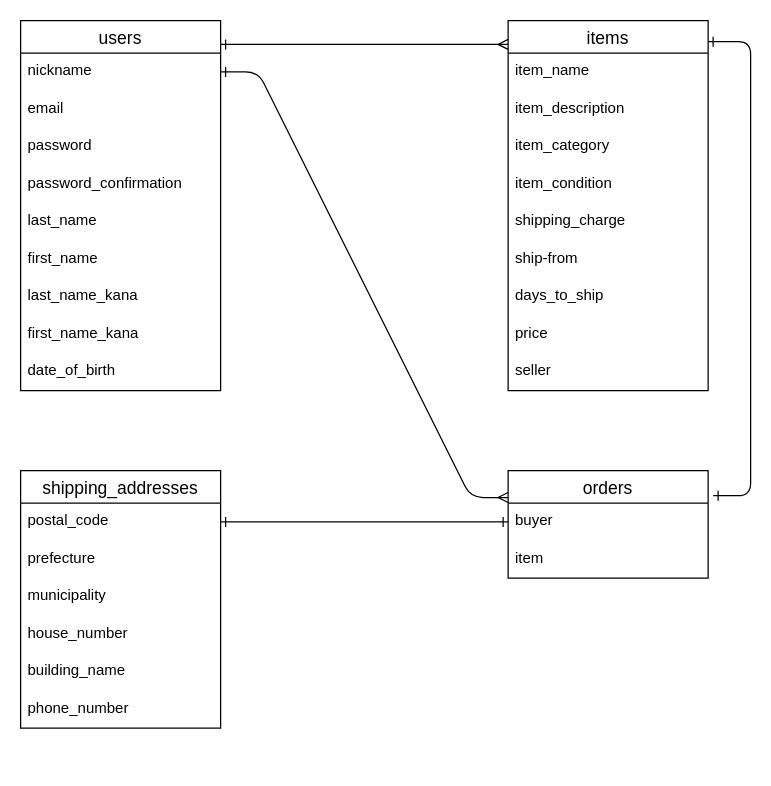
Above: ER .dio in matsukano/furima-37454 (draw.io), before the change. Source tidied: cells renumbered, new cells numbered last; positions are measured from the earlier drawing's top-left corner, leaving out a move shared by most shapes. Both pictures are drawn from the tidied source at 125%, with x=0, y=0 at pixel (20, 20).
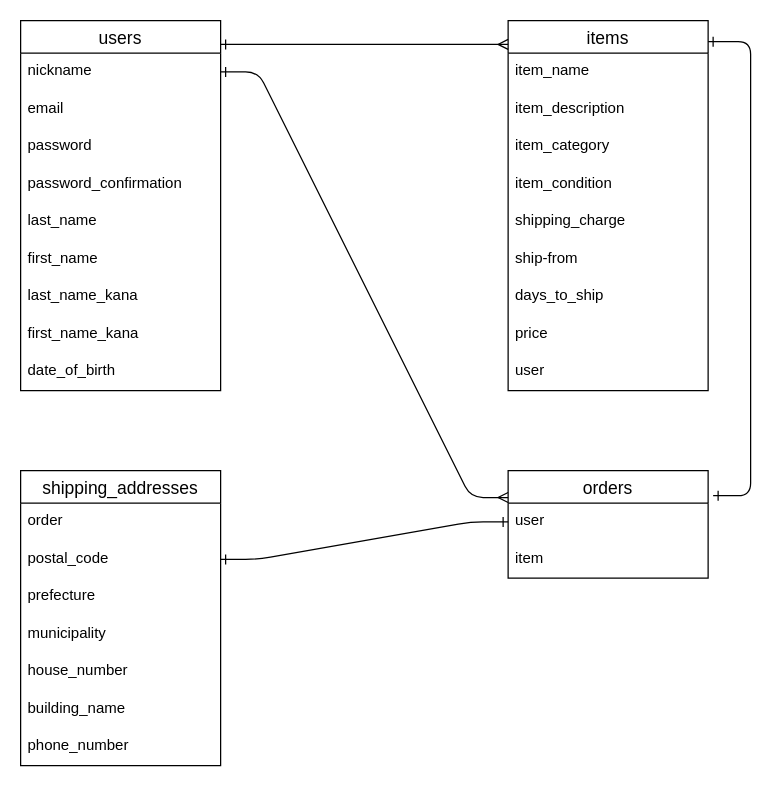
Above is the later version.

Unchanged cells that the change refers to:
```xml
<mxCell id="12" value="items" style="swimlane;fontStyle=0;horizontal=1;startSize=26;align=center;fontSize=14;" parent="1" vertex="1">
  <mxGeometry x="390" width="160" height="296" as="geometry" />
</mxCell>
<mxCell id="29" value="orders" style="swimlane;fontStyle=0;horizontal=1;startSize=26;align=center;fontSize=14;" parent="1" vertex="1">
  <mxGeometry x="390" y="360" width="160" height="86" as="geometry" />
</mxCell>
```

What changed in the source:
```diff
@@
-    <mxCell id="21" value="seller" style="text;strokeColor=none;fillColor=none;spacingLeft=4;spacingRight=4;overflow=hidden;fontSize=12;" parent="12" vertex="1">
+    <mxCell id="21" value="user" style="text;strokeColor=none;fillColor=none;spacingLeft=4;spacingRight=4;overflow=hidden;fontSize=12;" parent="12" vertex="1">
       <mxGeometry y="266" width="160" height="30" as="geometry" />
     </mxCell>
     <mxCell id="22" value="shipping_addresses" style="swimlane;fontStyle=0;horizontal=1;startSize=26;align=center;fontSize=14;" parent="1" vertex="1">
-      <mxGeometry y="360" width="160" height="206" as="geometry" />
+      <mxGeometry y="360" width="160" height="236" as="geometry" />
     </mxCell>
+    <mxCell id="36" value="order" style="text;strokeColor=none;fillColor=none;spacingLeft=4;spacingRight=4;overflow=hidden;fontSize=12;" parent="22" vertex="1">
+      <mxGeometry y="26" width="160" height="30" as="geometry" />
+    </mxCell>
     <mxCell id="23" value="postal_code" style="text;strokeColor=none;fillColor=none;spacingLeft=4;spacingRight=4;overflow=hidden;points=[[0,0.5],[1,0.5]];portConstraint=eastwest;fontSize=12;" parent="22" vertex="1">
-      <mxGeometry y="26" width="160" height="30" as="geometry" />
+      <mxGeometry y="56" width="160" height="30" as="geometry" />
     </mxCell>
     <mxCell id="24" value="prefecture" style="text;strokeColor=none;fillColor=none;spacingLeft=4;spacingRight=4;overflow=hidden;fontSize=12;" parent="22" vertex="1">
-      <mxGeometry y="56" width="160" height="30" as="geometry" />
+      <mxGeometry y="86" width="160" height="30" as="geometry" />
     </mxCell>
     <mxCell id="25" value="municipality" style="text;strokeColor=none;fillColor=none;spacingLeft=4;spacingRight=4;overflow=hidden;fontSize=12;" parent="22" vertex="1">
-      <mxGeometry y="86" width="160" height="30" as="geometry" />
+      <mxGeometry y="116" width="160" height="30" as="geometry" />
     </mxCell>
     <mxCell id="26" value="house_number" style="text;strokeColor=none;fillColor=none;spacingLeft=4;spacingRight=4;overflow=hidden;fontSize=12;" parent="22" vertex="1">
-      <mxGeometry y="116" width="160" height="30" as="geometry" />
+      <mxGeometry y="146" width="160" height="30" as="geometry" />
     </mxCell>
     <mxCell id="27" value="building_name " style="text;strokeColor=none;fillColor=none;spacingLeft=4;spacingRight=4;overflow=hidden;fontSize=12;" parent="22" vertex="1">
-      <mxGeometry y="146" width="160" height="30" as="geometry" />
+      <mxGeometry y="176" width="160" height="30" as="geometry" />
     </mxCell>
     <mxCell id="28" value="phone_number" style="text;strokeColor=none;fillColor=none;spacingLeft=4;spacingRight=4;overflow=hidden;fontSize=12;" parent="22" vertex="1">
-      <mxGeometry y="176" width="160" height="30" as="geometry" />
+      <mxGeometry y="206" width="160" height="30" as="geometry" />
     </mxCell>
@@
-    <mxCell id="30" value="buyer" style="text;strokeColor=none;fillColor=none;spacingLeft=4;spacingRight=4;overflow=hidden;points=[[0,0.5],[1,0.5]];portConstraint=eastwest;fontSize=12;" parent="29" vertex="1">
+    <mxCell id="30" value="user" style="text;strokeColor=none;fillColor=none;spacingLeft=4;spacingRight=4;overflow=hidden;points=[[0,0.5],[1,0.5]];portConstraint=eastwest;fontSize=12;" parent="29" vertex="1">
       <mxGeometry y="26" width="160" height="30" as="geometry" />
     </mxCell>
```
